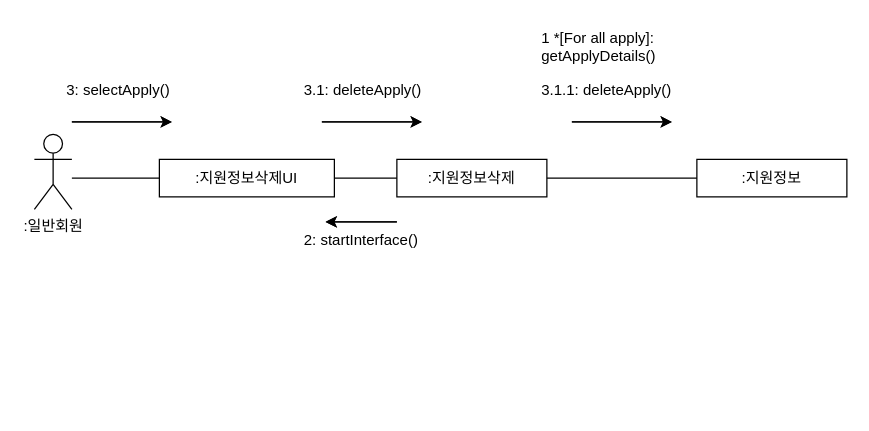
FinancialWorld16/SE_TEAM keeps this draw.io diagram as B811190_진선명/지원정보삭제.drawio. Above is the earlier version. Source tidied: cells renumbered, new cells numbered last; positions are measured from the earlier drawing's top-left corner, leaving out a move shared by most shapes. Both pictures are drawn from the tidied source at 125%, with x=0, y=0 at pixel (34, 21).
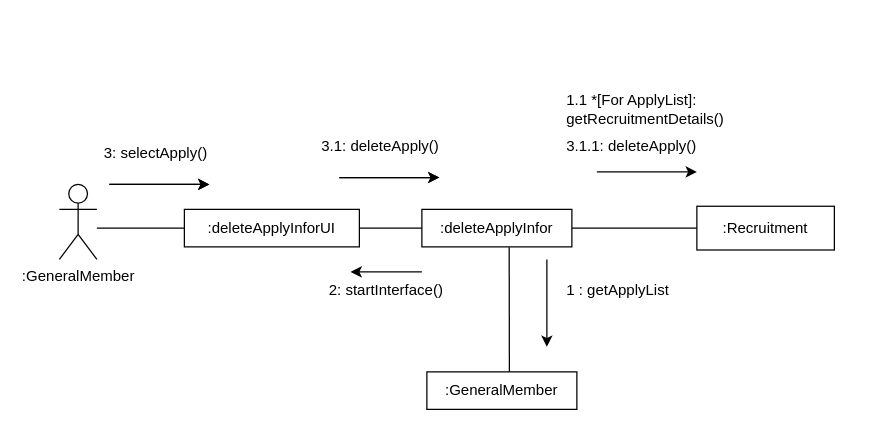
The same diagram, later.

The edit, as a diff of the source:
```diff
@@
-    <mxCell id="2" value=":일반회원" style="shape=umlActor;verticalLabelPosition=bottom;verticalAlign=top;html=1;" parent="1" vertex="1">
-      <mxGeometry y="90" width="30" height="60" as="geometry" />
-    </mxCell>
-    <mxCell id="3" value=":지원정보삭제UI" style="rounded=0;whiteSpace=wrap;html=1;" parent="1" vertex="1">
-      <mxGeometry x="100" y="110" width="140" height="30" as="geometry" />
-    </mxCell>
-    <mxCell id="4" value=":지원정보삭제" style="rounded=0;whiteSpace=wrap;html=1;" parent="1" vertex="1">
-      <mxGeometry x="290" y="110" width="120" height="30" as="geometry" />
-    </mxCell>
-    <mxCell id="5" style="endArrow=none;html=1;rounded=0;entryX=0;entryY=0.5;entryDx=0;entryDy=0;" parent="1" edge="1" target="3">
-      <mxGeometry relative="1" as="geometry">
-        <mxPoint x="30" y="125" as="sourcePoint" />
-      </mxGeometry>
-    </mxCell>
-    <mxCell id="6" style="endArrow=none;html=1;rounded=0;entryX=0;entryY=0.5;entryDx=0;entryDy=0;exitX=1;exitY=0.5;exitDx=0;exitDy=0;" parent="1" edge="1" source="3" target="4">
-      <mxGeometry relative="1" as="geometry" />
-    </mxCell>
-    <mxCell id="7" style="endArrow=classic;rounded=0;html=1;verticalAlign=top;" parent="1" edge="1">
-      <mxGeometry relative="1" as="geometry">
-        <mxPoint x="290" y="160" as="sourcePoint" />
-        <mxPoint x="233" y="160" as="targetPoint" />
-      </mxGeometry>
-    </mxCell>
-    <mxCell id="8" value="2: startInterface()" style="text;strokeColor=none;fillColor=none;align=left;verticalAlign=middle;spacingLeft=4;spacingRight=4;overflow=hidden;whiteSpace=wrap;html=1;" parent="1" vertex="1">
-      <mxGeometry x="210" y="160" width="110" height="30" as="geometry" />
-    </mxCell>
-    <mxCell id="9" value=":지원정보" style="rounded=0;whiteSpace=wrap;html=1;" parent="1" vertex="1">
-      <mxGeometry x="530" y="110" width="120" height="30" as="geometry" />
-    </mxCell>
-    <mxCell id="10" value="1 *[For all apply]: getApplyDetails()" style="text;strokeColor=none;fillColor=none;align=left;verticalAlign=middle;spacingLeft=4;spacingRight=4;overflow=hidden;whiteSpace=wrap;html=1;" parent="1" vertex="1">
-      <mxGeometry x="400" width="170" height="40" as="geometry" />
-    </mxCell>
-    <mxCell id="11" style="endArrow=none;html=1;rounded=0;entryX=0;entryY=0.5;entryDx=0;entryDy=0;exitX=1;exitY=0.5;exitDx=0;exitDy=0;" parent="1" edge="1" source="4" target="9">
-      <mxGeometry relative="1" as="geometry" />
-    </mxCell>
-    <mxCell id="12" style="endArrow=classic;html=1;rounded=0;" parent="1" edge="1">
-      <mxGeometry relative="1" as="geometry">
-        <mxPoint x="430" y="80" as="sourcePoint" />
-        <mxPoint x="510" y="80" as="targetPoint" />
-      </mxGeometry>
-    </mxCell>
     <mxCell id="13" value="3: selectApply()" style="text;strokeColor=none;fillColor=none;align=left;verticalAlign=middle;spacingLeft=4;spacingRight=4;overflow=hidden;whiteSpace=wrap;html=1;" parent="1" vertex="1">
-      <mxGeometry x="20" y="40" width="100" height="30" as="geometry" />
+      <mxGeometry x="50" y="90" width="100" height="30" as="geometry" />
     </mxCell>
     <mxCell id="14" style="endArrow=classic;html=1;rounded=0;" parent="1" edge="1">
       <mxGeometry relative="1" as="geometry">
-        <mxPoint x="30" y="80" as="sourcePoint" />
-        <mxPoint x="110" y="80" as="targetPoint" />
+        <mxPoint x="60" y="130" as="sourcePoint" />
+        <mxPoint x="140" y="130" as="targetPoint" />
       </mxGeometry>
     </mxCell>
     <mxCell id="15" value="3.1: deleteApply()" style="text;strokeColor=none;fillColor=none;align=left;verticalAlign=middle;spacingLeft=4;spacingRight=4;overflow=hidden;whiteSpace=wrap;html=1;" parent="1" vertex="1">
-      <mxGeometry x="210" y="40" width="140" height="30" as="geometry" />
+      <mxGeometry x="224" y="84.5" width="140" height="30" as="geometry" />
     </mxCell>
     <mxCell id="16" style="endArrow=classic;html=1;rounded=0;" parent="1" edge="1">
       <mxGeometry relative="1" as="geometry">
-        <mxPoint x="230" y="80" as="sourcePoint" />
-        <mxPoint x="310" y="80" as="targetPoint" />
+        <mxPoint x="244" y="124.5" as="sourcePoint" />
+        <mxPoint x="324" y="124.5" as="targetPoint" />
       </mxGeometry>
     </mxCell>
     <mxCell id="17" value="3.1.1: deleteApply()" style="text;strokeColor=none;fillColor=none;align=left;verticalAlign=middle;spacingLeft=4;spacingRight=4;overflow=hidden;whiteSpace=wrap;html=1;" parent="1" vertex="1">
-      <mxGeometry x="400" y="40" width="140" height="30" as="geometry" />
+      <mxGeometry x="420" y="84.5" width="140" height="30" as="geometry" />
     </mxCell>
-    <mxCell id="18" style="endArrow=classic;rounded=0;html=1;verticalAlign=top;" parent="1" edge="1">
-      <mxGeometry relative="1" as="geometry">
-        <mxPoint x="290" y="160" as="sourcePoint" />
-        <mxPoint x="233" y="160" as="targetPoint" />
-      </mxGeometry>
-    </mxCell>
-    <mxCell id="19" style="endArrow=classic;html=1;rounded=0;" parent="1" edge="1">
-      <mxGeometry relative="1" as="geometry">
-        <mxPoint x="430" y="80" as="sourcePoint" />
-        <mxPoint x="510" y="80" as="targetPoint" />
-      </mxGeometry>
-    </mxCell>
     <mxCell id="20" style="endArrow=classic;html=1;rounded=0;" parent="1" edge="1">
       <mxGeometry relative="1" as="geometry">
-        <mxPoint x="30" y="80" as="sourcePoint" />
-        <mxPoint x="110" y="80" as="targetPoint" />
+        <mxPoint x="60" y="130" as="sourcePoint" />
+        <mxPoint x="140" y="130" as="targetPoint" />
       </mxGeometry>
     </mxCell>
     <mxCell id="21" style="endArrow=classic;html=1;rounded=0;" parent="1" edge="1">
       <mxGeometry relative="1" as="geometry">
-        <mxPoint x="230" y="80" as="sourcePoint" />
-        <mxPoint x="310" y="80" as="targetPoint" />
+        <mxPoint x="244" y="124.5" as="sourcePoint" />
+        <mxPoint x="324" y="124.5" as="targetPoint" />
       </mxGeometry>
     </mxCell>
+    <mxCell id="22" value=":GeneralMember" style="shape=umlActor;verticalLabelPosition=bottom;verticalAlign=top;html=1;" parent="1" vertex="1">
+      <mxGeometry x="20" y="130" width="30" height="60" as="geometry" />
+    </mxCell>
+    <mxCell id="23" value=":deleteApplyInforUI" style="rounded=0;whiteSpace=wrap;html=1;" parent="1" vertex="1">
+      <mxGeometry x="120" y="150" width="140" height="30" as="geometry" />
+    </mxCell>
+    <mxCell id="24" value=":deleteApplyInfor" style="rounded=0;whiteSpace=wrap;html=1;" parent="1" vertex="1">
+      <mxGeometry x="310" y="150" width="120" height="30" as="geometry" />
+    </mxCell>
+    <mxCell id="25" style="endArrow=none;html=1;rounded=0;entryX=0;entryY=0.5;entryDx=0;entryDy=0;" parent="1" edge="1" target="23">
+      <mxGeometry relative="1" as="geometry">
+        <mxPoint x="50" y="165" as="sourcePoint" />
+      </mxGeometry>
+    </mxCell>
+    <mxCell id="26" style="endArrow=none;html=1;rounded=0;entryX=0;entryY=0.5;entryDx=0;entryDy=0;exitX=1;exitY=0.5;exitDx=0;exitDy=0;" parent="1" edge="1" source="23" target="24">
+      <mxGeometry relative="1" as="geometry" />
+    </mxCell>
+    <mxCell id="27" style="endArrow=classic;rounded=0;html=1;verticalAlign=top;" parent="1" edge="1">
+      <mxGeometry relative="1" as="geometry">
+        <mxPoint x="310" y="200" as="sourcePoint" />
+        <mxPoint x="253" y="200" as="targetPoint" />
+      </mxGeometry>
+    </mxCell>
+    <mxCell id="8" value="2: startInterface()" style="text;strokeColor=none;fillColor=none;align=left;verticalAlign=middle;spacingLeft=4;spacingRight=4;overflow=hidden;whiteSpace=wrap;html=1;" parent="1" vertex="1">
+      <mxGeometry x="230" y="200" width="110" height="30" as="geometry" />
+    </mxCell>
+    <mxCell id="28" value=":GeneralMember" style="rounded=0;whiteSpace=wrap;html=1;" parent="1" vertex="1">
+      <mxGeometry x="314" y="280" width="120" height="30" as="geometry" />
+    </mxCell>
+    <mxCell id="29" value="1.1 *[For ApplyList]: getRecruitmentDetails()" style="text;strokeColor=none;fillColor=none;align=left;verticalAlign=middle;spacingLeft=4;spacingRight=4;overflow=hidden;whiteSpace=wrap;html=1;" parent="1" vertex="1">
+      <mxGeometry x="420" y="50" width="170" height="40" as="geometry" />
+    </mxCell>
+    <mxCell id="30" style="endArrow=none;html=1;rounded=0;exitX=0.582;exitY=1.007;exitDx=0;exitDy=0;exitPerimeter=0;" parent="1" edge="1" source="24">
+      <mxGeometry relative="1" as="geometry">
+        <mxPoint x="380" y="280" as="targetPoint" />
+      </mxGeometry>
+    </mxCell>
+    <mxCell id="31" style="endArrow=classic;html=1;rounded=0;" parent="1" edge="1">
+      <mxGeometry relative="1" as="geometry">
+        <mxPoint x="450" y="120" as="sourcePoint" />
+        <mxPoint x="530" y="120" as="targetPoint" />
+      </mxGeometry>
+    </mxCell>
+    <mxCell id="32" style="endArrow=classic;html=1;rounded=0;" parent="1" edge="1">
+      <mxGeometry relative="1" as="geometry">
+        <mxPoint x="410" y="190" as="sourcePoint" />
+        <mxPoint x="410" y="260" as="targetPoint" />
+      </mxGeometry>
+    </mxCell>
+    <mxCell id="33" value="1 : getApplyList" style="text;strokeColor=none;fillColor=none;align=left;verticalAlign=middle;spacingLeft=4;spacingRight=4;overflow=hidden;whiteSpace=wrap;html=1;" parent="1" vertex="1">
+      <mxGeometry x="420" y="200" width="100" height="30" as="geometry" />
+    </mxCell>
+    <mxCell id="34" value=":Recruitment" style="rounded=0;whiteSpace=wrap;html=1;" parent="1" vertex="1">
+      <mxGeometry x="530" y="147.5" width="110" height="35" as="geometry" />
+    </mxCell>
+    <mxCell id="35" style="endArrow=none;html=1;rounded=0;entryX=0;entryY=0.5;entryDx=0;entryDy=0;exitX=1;exitY=0.5;exitDx=0;exitDy=0;" parent="1" edge="1" source="24" target="34">
+      <mxGeometry relative="1" as="geometry" />
+    </mxCell>
```
